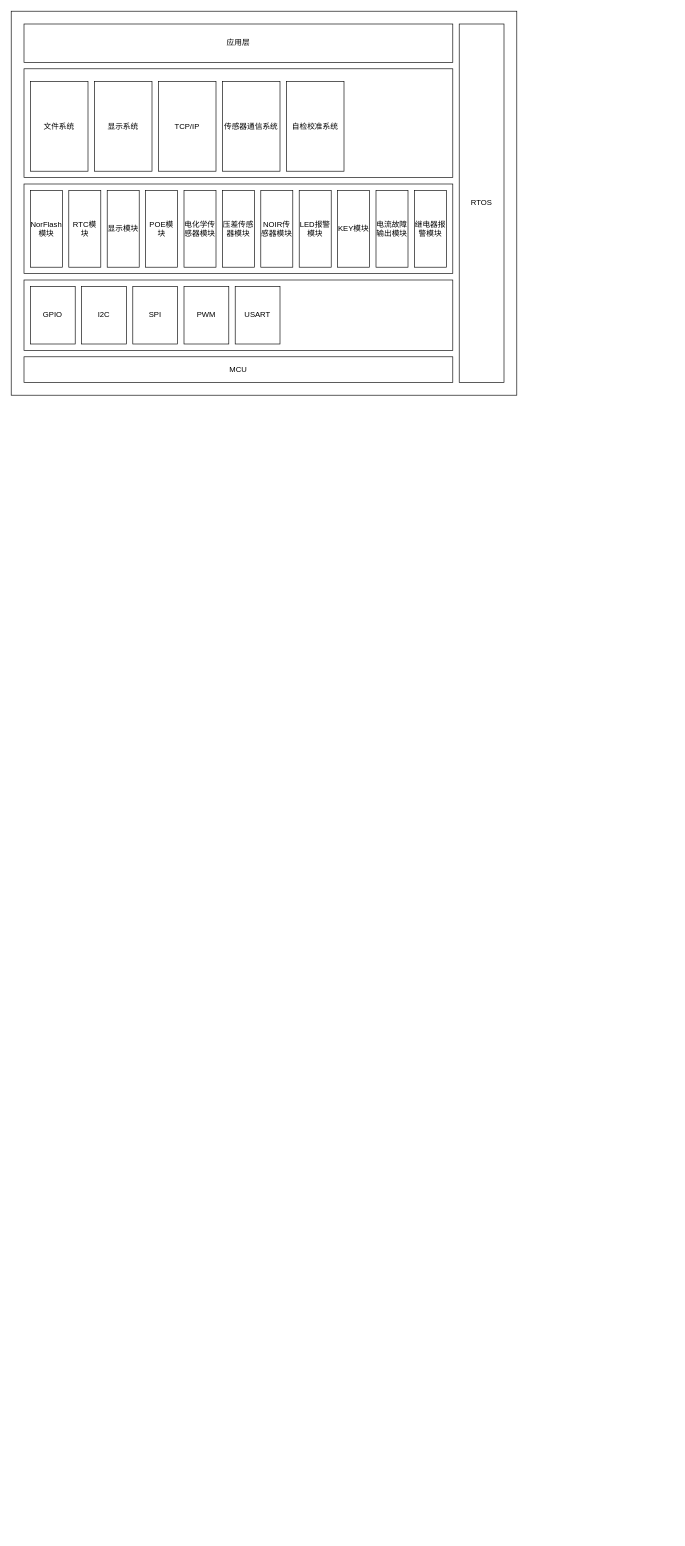
HenleyEn/Note keeps this draw.io diagram as 气体传感器.drawio. Above is the earlier version. Source tidied: cells renumbered, new cells numbered last; positions are measured from the earlier drawing's top-left corner, leaving out a move shared by most shapes. Both pictures are drawn from the tidied source at 64%, with x=0, y=0 at pixel (11, 11).
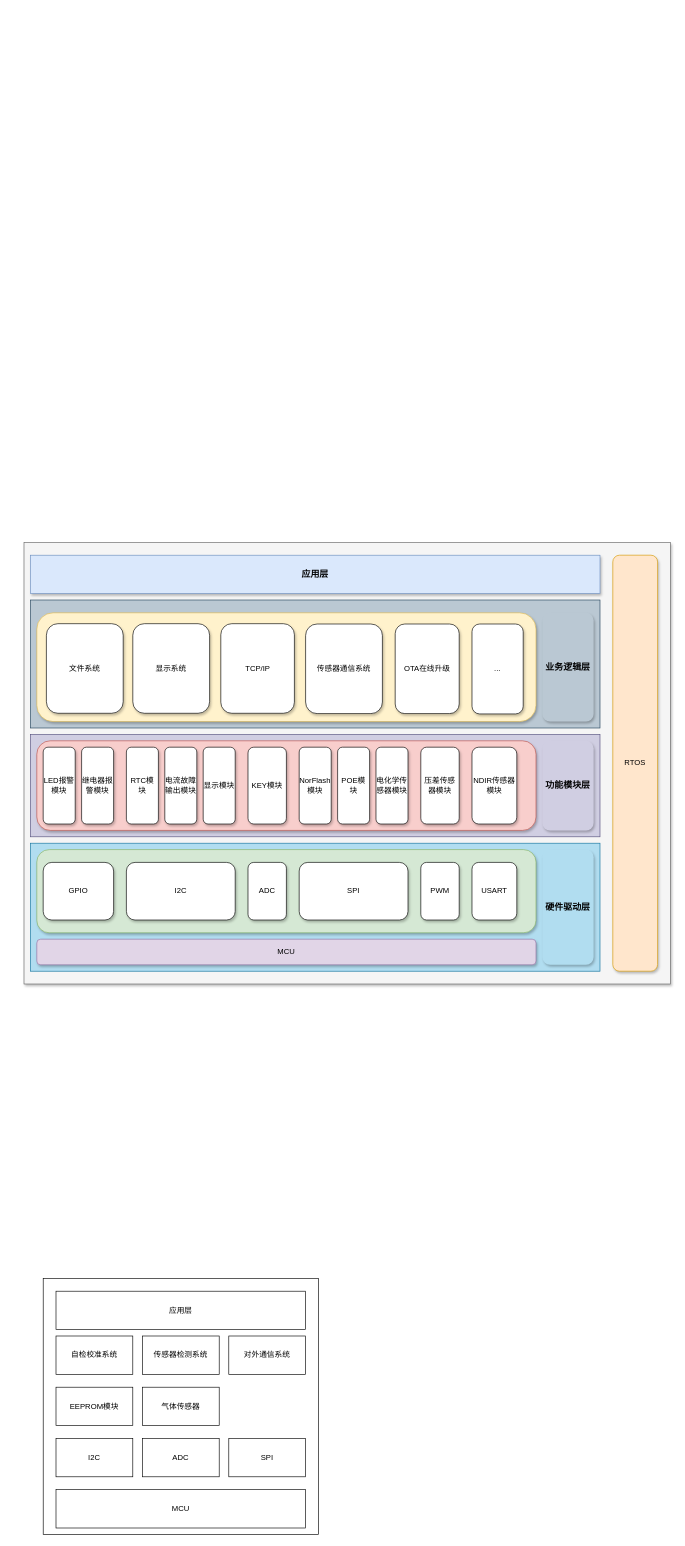
The same diagram, later.

Commit message (it also covers changes not shown here):
更新气体传感器.drawio

Change to the diagram source:
```diff
@@
-    <mxCell id="2" style="rounded=0;whiteSpace=wrap;html=1;" parent="1" vertex="1">
-      <mxGeometry width="790" height="600" as="geometry" />
-    </mxCell>
-    <mxCell id="3" value="MCU" style="rounded=0;whiteSpace=wrap;html=1;" parent="1" vertex="1">
-      <mxGeometry x="20" y="540" width="670" height="40" as="geometry" />
-    </mxCell>
-    <mxCell id="4" style="rounded=0;whiteSpace=wrap;html=1;" parent="1" vertex="1">
-      <mxGeometry x="20" y="420" width="670" height="110" as="geometry" />
-    </mxCell>
+    <mxCell id="30" style="rounded=0;whiteSpace=wrap;html=1;fillColor=#f5f5f5;strokeColor=#666666;fontColor=#333333;shadow=1;" parent="1" vertex="1">
+      <mxGeometry x="20" y="830" width="1010" height="690" as="geometry" />
+    </mxCell>
+    <mxCell id="31" style="rounded=0;whiteSpace=wrap;html=1;fillColor=#bac8d3;strokeColor=#23445d;" parent="1" vertex="1">
+      <mxGeometry x="30" y="920" width="890" height="200" as="geometry" />
+    </mxCell>
+    <mxCell id="32" value="&lt;b&gt;&lt;font style=&quot;font-size: 14px;&quot;&gt;应用层&lt;/font&gt;&lt;/b&gt;" style="rounded=0;whiteSpace=wrap;html=1;fillColor=#dae8fc;strokeColor=#6c8ebf;shadow=1;" parent="1" vertex="1">
+      <mxGeometry x="30" y="850" width="890" height="60" as="geometry" />
+    </mxCell>
+    <mxCell id="26" value="RTOS" style="rounded=1;whiteSpace=wrap;html=1;fillColor=#ffe6cc;strokeColor=#d79b00;shadow=1;" parent="1" vertex="1">
+      <mxGeometry x="940" y="850" width="70" height="650" as="geometry" />
+    </mxCell>
+    <mxCell id="33" style="rounded=0;whiteSpace=wrap;html=1;fillColor=#b1ddf0;strokeColor=#10739e;" parent="1" vertex="1">
+      <mxGeometry x="30" y="1300" width="890" height="200" as="geometry" />
+    </mxCell>
+    <mxCell id="34" value="MCU" style="rounded=1;whiteSpace=wrap;html=1;fillColor=#e1d5e7;strokeColor=#9673a6;shadow=1;" parent="1" vertex="1">
+      <mxGeometry x="40" y="1450" width="780" height="40" as="geometry" />
+    </mxCell>
+    <mxCell id="35" style="rounded=1;whiteSpace=wrap;html=1;fillColor=#d5e8d4;strokeColor=#82b366;shadow=1;" parent="1" vertex="1">
+      <mxGeometry x="40" y="1310" width="780" height="130" as="geometry" />
+    </mxCell>
-    <mxCell id="5" value="GPIO" style="rounded=0;whiteSpace=wrap;html=1;" parent="1" vertex="1">
-      <mxGeometry x="30" y="430" width="70" height="90" as="geometry" />
+    <mxCell id="5" value="GPIO" style="rounded=1;whiteSpace=wrap;html=1;shadow=1;" parent="1" vertex="1">
+      <mxGeometry x="50" y="1330" width="110" height="90" as="geometry" />
     </mxCell>
-    <mxCell id="6" value="I2C" style="rounded=0;whiteSpace=wrap;html=1;" parent="1" vertex="1">
-      <mxGeometry x="110" y="430" width="70" height="90" as="geometry" />
-    </mxCell>
-    <mxCell id="7" value="SPI" style="rounded=0;whiteSpace=wrap;html=1;" parent="1" vertex="1">
-      <mxGeometry x="190" y="430" width="70" height="90" as="geometry" />
-    </mxCell>
+    <mxCell id="36" value="I2C" style="rounded=1;whiteSpace=wrap;html=1;shadow=1;" parent="1" vertex="1">
+      <mxGeometry x="180" y="1330" width="170" height="90" as="geometry" />
+    </mxCell>
+    <mxCell id="37" value="SPI" style="rounded=1;whiteSpace=wrap;html=1;shadow=1;" parent="1" vertex="1">
+      <mxGeometry x="450" y="1330" width="170" height="90" as="geometry" />
+    </mxCell>
-    <mxCell id="8" value="PWM" style="rounded=0;whiteSpace=wrap;html=1;" parent="1" vertex="1">
-      <mxGeometry x="270" y="430" width="70" height="90" as="geometry" />
+    <mxCell id="8" value="PWM" style="rounded=1;whiteSpace=wrap;html=1;shadow=1;" parent="1" vertex="1">
+      <mxGeometry x="640" y="1330" width="60" height="90" as="geometry" />
     </mxCell>
-    <mxCell id="9" value="USART" style="rounded=0;whiteSpace=wrap;html=1;" parent="1" vertex="1">
-      <mxGeometry x="350" y="430" width="70" height="90" as="geometry" />
+    <mxCell id="9" value="USART" style="rounded=1;whiteSpace=wrap;html=1;shadow=1;" parent="1" vertex="1">
+      <mxGeometry x="720" y="1330" width="70" height="90" as="geometry" />
     </mxCell>
-    <mxCell id="10" style="rounded=0;whiteSpace=wrap;html=1;" parent="1" vertex="1">
-      <mxGeometry x="20" y="270" width="670" height="140" as="geometry" />
-    </mxCell>
+    <mxCell id="38" value="ADC" style="rounded=1;whiteSpace=wrap;html=1;shadow=1;" parent="1" vertex="1">
+      <mxGeometry x="370" y="1330" width="60" height="90" as="geometry" />
+    </mxCell>
+    <mxCell id="39" value="&lt;b&gt;&lt;font style=&quot;font-size: 14px;&quot;&gt;硬件驱动层&lt;/font&gt;&lt;/b&gt;" style="rounded=1;whiteSpace=wrap;html=1;shadow=1;strokeColor=none;fillColor=#b1ddf0;" parent="1" vertex="1">
+      <mxGeometry x="830" y="1310" width="80" height="180" as="geometry" />
+    </mxCell>
+    <mxCell id="40" style="group;rounded=1;shadow=1;" parent="1" vertex="1">
+      <mxGeometry x="30" y="1130" width="890" height="160" as="geometry" />
+    </mxCell>
+    <mxCell id="41" style="rounded=0;whiteSpace=wrap;html=1;fillColor=#d0cee2;strokeColor=#56517e;" parent="40" vertex="1">
+      <mxGeometry width="890" height="160" as="geometry" />
+    </mxCell>
+    <mxCell id="42" style="group;" parent="40" vertex="1">
+      <mxGeometry x="10" y="10" width="780" height="140" as="geometry" />
+    </mxCell>
+    <mxCell id="43" style="rounded=1;whiteSpace=wrap;html=1;fillColor=#f8cecc;strokeColor=#b85450;shadow=1;" parent="42" vertex="1">
+      <mxGeometry width="780" height="140" as="geometry" />
+    </mxCell>
+    <mxCell id="24" value="LED报警模块" style="rounded=1;whiteSpace=wrap;html=1;shadow=1;" parent="42" vertex="1">
+      <mxGeometry x="10" y="10" width="50" height="120" as="geometry" />
+    </mxCell>
+    <mxCell id="25" value="KEY模块" style="rounded=1;whiteSpace=wrap;html=1;shadow=1;" parent="42" vertex="1">
+      <mxGeometry x="330" y="10" width="60" height="120" as="geometry" />
+    </mxCell>
+    <mxCell id="29" value="继电器报警模块" style="rounded=1;whiteSpace=wrap;html=1;shadow=1;" parent="42" vertex="1">
+      <mxGeometry x="70" y="10" width="50" height="120" as="geometry" />
+    </mxCell>
+    <mxCell id="12" value="RTC模块" style="rounded=1;whiteSpace=wrap;html=1;shadow=1;" parent="42" vertex="1">
+      <mxGeometry x="140" y="10" width="50" height="120" as="geometry" />
+    </mxCell>
+    <mxCell id="27" value="电流故障输出模块" style="rounded=1;whiteSpace=wrap;html=1;shadow=1;" parent="42" vertex="1">
+      <mxGeometry x="200" y="10" width="50" height="120" as="geometry" />
+    </mxCell>
+    <mxCell id="13" value="显示模块" style="rounded=1;whiteSpace=wrap;html=1;shadow=1;" parent="42" vertex="1">
+      <mxGeometry x="260" y="10" width="50" height="120" as="geometry" />
+    </mxCell>
-    <mxCell id="11" value="NorFlash模块" style="rounded=0;whiteSpace=wrap;html=1;" parent="1" vertex="1">
-      <mxGeometry x="30" y="280" width="50" height="120" as="geometry" />
+    <mxCell id="11" value="NorFlash模块" style="rounded=1;whiteSpace=wrap;html=1;shadow=1;" parent="42" vertex="1">
+      <mxGeometry x="410" y="10" width="50" height="120" as="geometry" />
     </mxCell>
-    <mxCell id="12" value="RTC模块" style="rounded=0;whiteSpace=wrap;html=1;" parent="1" vertex="1">
-      <mxGeometry x="90" y="280" width="50" height="120" as="geometry" />
-    </mxCell>
-    <mxCell id="13" value="显示模块" style="rounded=0;whiteSpace=wrap;html=1;" parent="1" vertex="1">
-      <mxGeometry x="150" y="280" width="50" height="120" as="geometry" />
-    </mxCell>
-    <mxCell id="14" value="POE模块" style="rounded=0;whiteSpace=wrap;html=1;" parent="1" vertex="1">
-      <mxGeometry x="210" y="280" width="50" height="120" as="geometry" />
+    <mxCell id="14" value="POE模块" style="rounded=1;whiteSpace=wrap;html=1;shadow=1;" parent="42" vertex="1">
+      <mxGeometry x="470" y="10" width="50" height="120" as="geometry" />
     </mxCell>
-    <mxCell id="15" value="电化学传感器模块" style="rounded=0;whiteSpace=wrap;html=1;" parent="1" vertex="1">
-      <mxGeometry x="270" y="280" width="50" height="120" as="geometry" />
+    <mxCell id="15" value="电化学传感器模块" style="rounded=1;whiteSpace=wrap;html=1;shadow=1;" parent="42" vertex="1">
+      <mxGeometry x="530" y="10" width="50" height="120" as="geometry" />
     </mxCell>
-    <mxCell id="16" value="压差传感器模块" style="rounded=0;whiteSpace=wrap;html=1;" parent="1" vertex="1">
-      <mxGeometry x="330" y="280" width="50" height="120" as="geometry" />
+    <mxCell id="16" value="压差传感器模块" style="rounded=1;whiteSpace=wrap;html=1;shadow=1;" parent="42" vertex="1">
+      <mxGeometry x="600" y="10" width="60" height="120" as="geometry" />
     </mxCell>
-    <mxCell id="17" value="NOIR传感器模块" style="rounded=0;whiteSpace=wrap;html=1;" parent="1" vertex="1">
-      <mxGeometry x="390" y="280" width="50" height="120" as="geometry" />
-    </mxCell>
-    <mxCell id="18" style="rounded=0;whiteSpace=wrap;html=1;" parent="1" vertex="1">
-      <mxGeometry x="20" y="90" width="670" height="170" as="geometry" />
-    </mxCell>
+    <mxCell id="44" value="NDIR传感器模块" style="rounded=1;whiteSpace=wrap;html=1;shadow=1;" parent="42" vertex="1">
+      <mxGeometry x="680" y="10" width="70" height="120" as="geometry" />
+    </mxCell>
+    <mxCell id="45" value="&lt;font style=&quot;font-size: 14px;&quot;&gt;&lt;b&gt;功能模块层&lt;/b&gt;&lt;/font&gt;" style="rounded=1;whiteSpace=wrap;html=1;shadow=1;strokeColor=none;fillColor=#d0cee2;" parent="40" vertex="1">
+      <mxGeometry x="800" y="10" width="80" height="140" as="geometry" />
+    </mxCell>
+    <mxCell id="46" value="&lt;b&gt;&lt;font style=&quot;font-size: 14px;&quot;&gt;业务逻辑层&lt;/font&gt;&lt;/b&gt;" style="rounded=1;whiteSpace=wrap;html=1;shadow=1;strokeColor=none;fillColor=#bac8d3;" parent="1" vertex="1">
+      <mxGeometry x="830" y="940" width="80" height="170" as="geometry" />
+    </mxCell>
+    <mxCell id="47" style="rounded=1;whiteSpace=wrap;html=1;fillColor=#fff2cc;strokeColor=#d6b656;shadow=1;" parent="1" vertex="1">
+      <mxGeometry x="40" y="940" width="780" height="170" as="geometry" />
+    </mxCell>
-    <mxCell id="19" value="文件系统" style="rounded=0;whiteSpace=wrap;html=1;" parent="1" vertex="1">
-      <mxGeometry x="30" y="110" width="90" height="140" as="geometry" />
+    <mxCell id="19" value="文件系统" style="rounded=1;whiteSpace=wrap;html=1;shadow=1;" parent="1" vertex="1">
+      <mxGeometry x="55" y="957" width="120" height="140" as="geometry" />
     </mxCell>
-    <mxCell id="20" value="显示系统" style="rounded=0;whiteSpace=wrap;html=1;" parent="1" vertex="1">
-      <mxGeometry x="130" y="110" width="90" height="140" as="geometry" />
+    <mxCell id="20" value="显示系统" style="rounded=1;whiteSpace=wrap;html=1;shadow=1;" parent="1" vertex="1">
+      <mxGeometry x="190" y="957" width="120" height="140" as="geometry" />
     </mxCell>
-    <mxCell id="21" value="TCP/IP" style="rounded=0;whiteSpace=wrap;html=1;" parent="1" vertex="1">
-      <mxGeometry x="230" y="110" width="90" height="140" as="geometry" />
+    <mxCell id="21" value="TCP/IP" style="rounded=1;whiteSpace=wrap;html=1;shadow=1;" parent="1" vertex="1">
+      <mxGeometry x="327.5" y="957" width="115" height="140" as="geometry" />
     </mxCell>
-    <mxCell id="22" value="传感器通信系统" style="rounded=0;whiteSpace=wrap;html=1;" parent="1" vertex="1">
-      <mxGeometry x="330" y="110" width="90" height="140" as="geometry" />
+    <mxCell id="22" value="传感器通信系统" style="rounded=1;whiteSpace=wrap;html=1;shadow=1;" parent="1" vertex="1">
+      <mxGeometry x="460" y="957.5" width="120" height="140" as="geometry" />
     </mxCell>
+    <mxCell id="48" value="..." style="rounded=1;whiteSpace=wrap;html=1;shadow=1;" parent="1" vertex="1">
+      <mxGeometry x="720" y="957.5" width="80" height="140.5" as="geometry" />
+    </mxCell>
+    <mxCell id="49" value="OTA在线升级" style="rounded=1;whiteSpace=wrap;html=1;shadow=1;" parent="1" vertex="1">
+      <mxGeometry x="600" y="957.5" width="100" height="140" as="geometry" />
+    </mxCell>
+    <mxCell id="50" style="rounded=0;whiteSpace=wrap;html=1;" parent="1" vertex="1">
+      <mxGeometry x="50" y="1980" width="430" height="400" as="geometry" />
+    </mxCell>
+    <mxCell id="3" value="MCU" style="rounded=0;whiteSpace=wrap;html=1;" parent="1" vertex="1">
+      <mxGeometry x="70" y="2310" width="390" height="60" as="geometry" />
+    </mxCell>
+    <mxCell id="6" value="I2C" style="rounded=0;whiteSpace=wrap;html=1;" parent="1" vertex="1">
+      <mxGeometry x="70" y="2230" width="120" height="60" as="geometry" />
+    </mxCell>
+    <mxCell id="7" value="SPI" style="rounded=0;whiteSpace=wrap;html=1;" parent="1" vertex="1">
+      <mxGeometry x="340" y="2230" width="120" height="60" as="geometry" />
+    </mxCell>
+    <mxCell id="51" value="EEPROM模块" style="rounded=0;whiteSpace=wrap;html=1;" parent="1" vertex="1">
+      <mxGeometry x="70" y="2150" width="120" height="60" as="geometry" />
+    </mxCell>
+    <mxCell id="52" value="ADC" style="rounded=0;whiteSpace=wrap;html=1;" parent="1" vertex="1">
+      <mxGeometry x="205" y="2230" width="120" height="60" as="geometry" />
+    </mxCell>
+    <mxCell id="53" value="气体传感器" style="rounded=0;whiteSpace=wrap;html=1;" parent="1" vertex="1">
+      <mxGeometry x="205" y="2150" width="120" height="60" as="geometry" />
+    </mxCell>
+    <mxCell id="28" value="自检校准系统" style="rounded=0;whiteSpace=wrap;html=1;" parent="1" vertex="1">
+      <mxGeometry x="70" y="2070" width="120" height="60" as="geometry" />
+    </mxCell>
+    <mxCell id="54" value="传感器检测系统" style="rounded=0;whiteSpace=wrap;html=1;" parent="1" vertex="1">
+      <mxGeometry x="205" y="2070" width="120" height="60" as="geometry" />
+    </mxCell>
+    <mxCell id="55" value="对外通信系统" style="rounded=0;whiteSpace=wrap;html=1;" parent="1" vertex="1">
+      <mxGeometry x="340" y="2070" width="120" height="60" as="geometry" />
+    </mxCell>
     <mxCell id="23" value="应用层" style="rounded=0;whiteSpace=wrap;html=1;" parent="1" vertex="1">
-      <mxGeometry x="20" y="20" width="670" height="60" as="geometry" />
+      <mxGeometry x="70" y="2000" width="390" height="60" as="geometry" />
     </mxCell>
-    <mxCell id="24" value="LED报警模块" style="rounded=0;whiteSpace=wrap;html=1;" parent="1" vertex="1">
-      <mxGeometry x="450" y="280" width="50" height="120" as="geometry" />
-    </mxCell>
-    <mxCell id="25" value="KEY模块" style="rounded=0;whiteSpace=wrap;html=1;" parent="1" vertex="1">
-      <mxGeometry x="510" y="280" width="50" height="120" as="geometry" />
-    </mxCell>
-    <mxCell id="26" value="RTOS" style="rounded=0;whiteSpace=wrap;html=1;" parent="1" vertex="1">
-      <mxGeometry x="700" y="20" width="70" height="560" as="geometry" />
-    </mxCell>
-    <mxCell id="27" value="电流故障输出模块" style="rounded=0;whiteSpace=wrap;html=1;" parent="1" vertex="1">
-      <mxGeometry x="570" y="280" width="50" height="120" as="geometry" />
-    </mxCell>
-    <mxCell id="28" value="自检校准系统" style="rounded=0;whiteSpace=wrap;html=1;" parent="1" vertex="1">
-      <mxGeometry x="430" y="110" width="90" height="140" as="geometry" />
-    </mxCell>
-    <mxCell id="29" value="继电器报警模块" style="rounded=0;whiteSpace=wrap;html=1;" parent="1" vertex="1">
-      <mxGeometry x="630" y="280" width="50" height="120" as="geometry" />
-    </mxCell>
```
